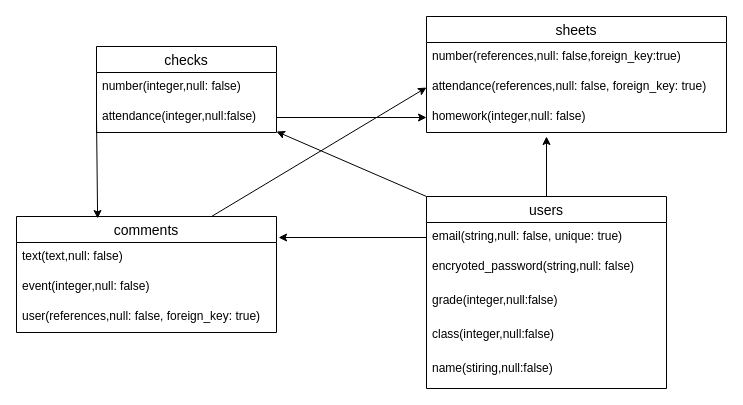
Earlier version of the draw.io diagram er.dio (Sanaroom/easy). Source tidied: cells renumbered, new cells numbered last; positions are measured from the earlier drawing's top-left corner, leaving out a move shared by most shapes. Both pictures are drawn from the tidied source at 100%, with x=0, y=0 at pixel (16, 16).
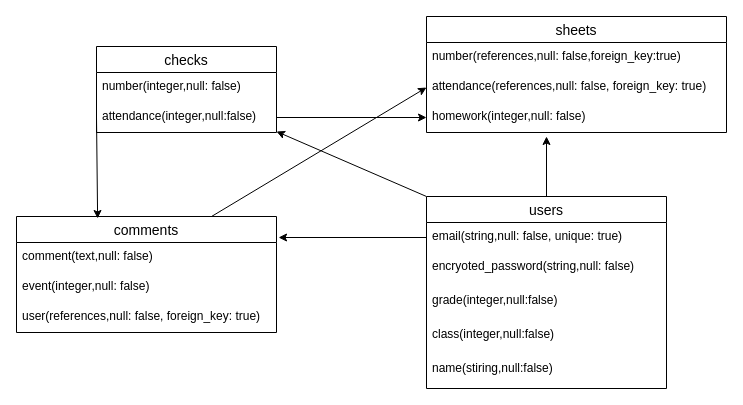
The same page after the edit.

The change refers to these unchanged cells:
```xml
<mxCell id="10" value="comments" style="swimlane;fontStyle=0;horizontal=1;startSize=26;align=center;fontSize=14;" parent="1" vertex="1">
  <mxGeometry y="200" width="260" height="116" as="geometry" />
</mxCell>
```

What changed in the source:
```diff
@@
-    <mxCell id="11" value="text(text,null: false)" style="text;strokeColor=none;fillColor=none;spacingLeft=4;spacingRight=4;overflow=hidden;fontSize=12;" parent="10" vertex="1">
+    <mxCell id="11" value="comment(text,null: false)" style="text;strokeColor=none;fillColor=none;spacingLeft=4;spacingRight=4;overflow=hidden;fontSize=12;" parent="10" vertex="1">
       <mxGeometry y="26" width="260" height="30" as="geometry" />
     </mxCell>
```
